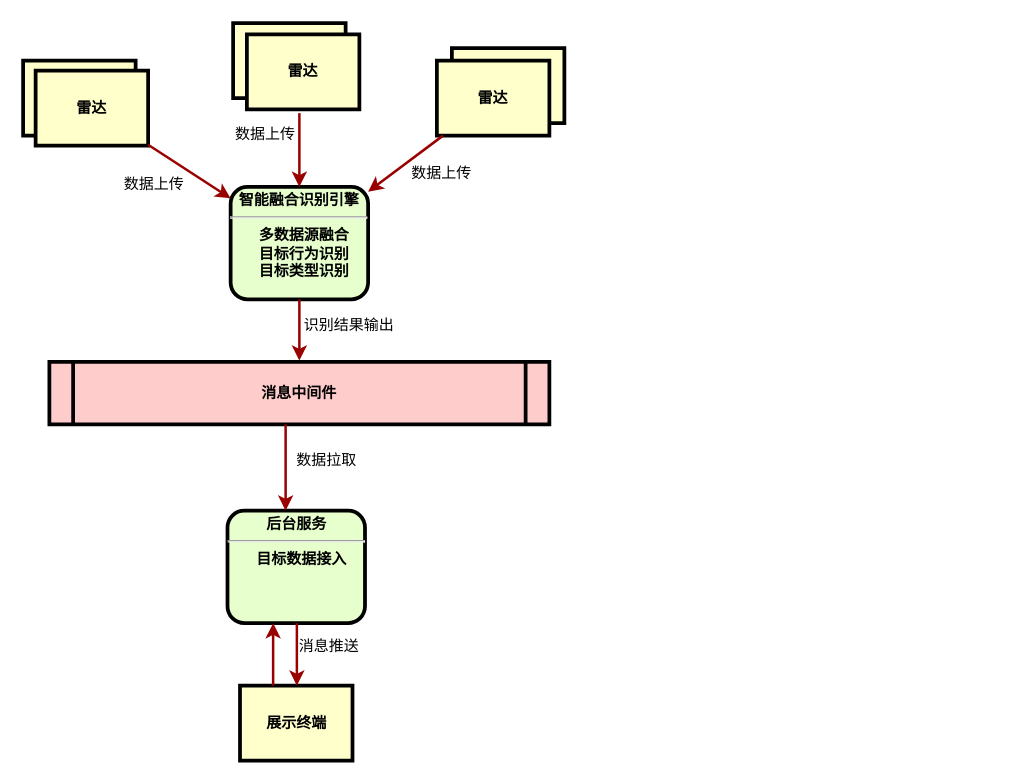
This is 智能识别模块.drawio from singleYU/WPF_Docs, a draw.io file, before an edit. Source tidied: cells renumbered, new cells numbered last; positions are measured from the earlier drawing's top-left corner, leaving out a move shared by most shapes. Both pictures are drawn from the tidied source at 125%, with x=0, y=0 at pixel (22, 22).
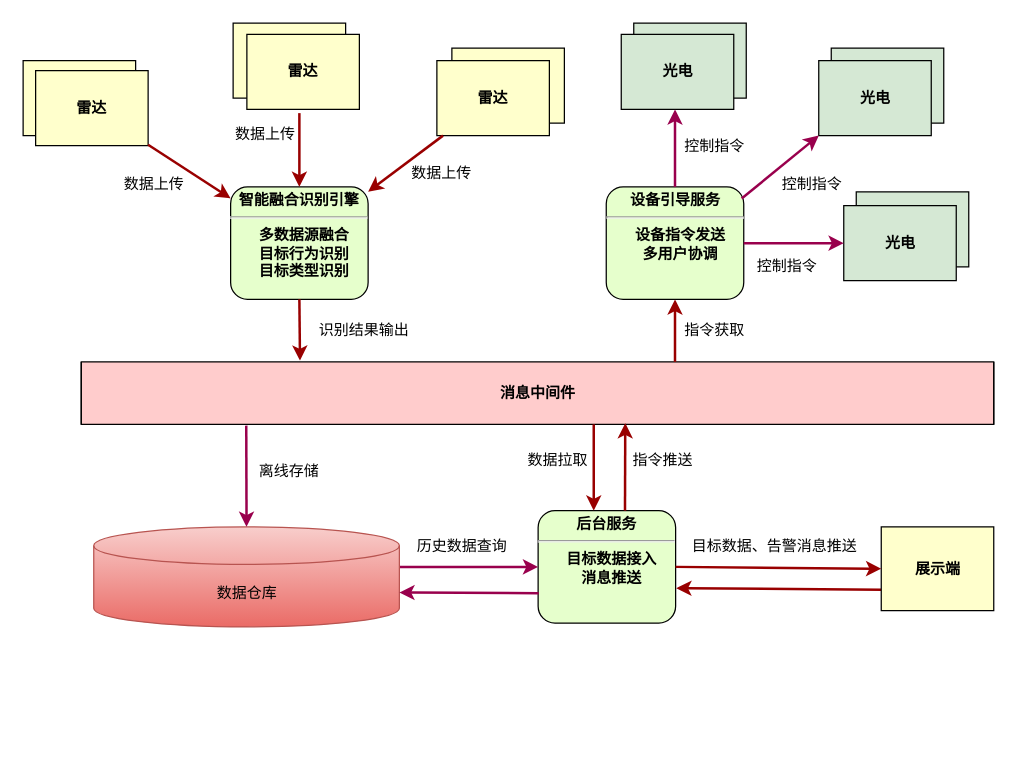
The same diagram, later.

Commit message:
更新智能识别模块.drawio

Diff of the diagram source:
```diff
@@
+    <mxCell id="25" style="whiteSpace=wrap;align=center;verticalAlign=middle;fontStyle=1;strokeWidth=1;fillColor=#d5e8d4;" parent="1" vertex="1">
+      <mxGeometry x="666.5" y="135" width="90" height="60" as="geometry" />
+    </mxCell>
+    <mxCell id="26" style="whiteSpace=wrap;align=center;verticalAlign=middle;fontStyle=1;strokeWidth=1;fillColor=#d5e8d4;" parent="1" vertex="1">
+      <mxGeometry x="646.5" y="20" width="90" height="60" as="geometry" />
+    </mxCell>
+    <mxCell id="27" style="whiteSpace=wrap;align=center;verticalAlign=middle;fontStyle=1;strokeWidth=1;fillColor=#d5e8d4;" parent="1" vertex="1">
+      <mxGeometry x="488.5" width="90" height="60" as="geometry" />
+    </mxCell>
-    <mxCell id="2" style="whiteSpace=wrap;align=center;verticalAlign=middle;fontStyle=1;strokeWidth=3;fillColor=#FFFFCC;" parent="1" vertex="1">
+    <mxCell id="2" style="whiteSpace=wrap;align=center;verticalAlign=middle;fontStyle=1;strokeWidth=1;fillColor=#FFFFCC;" parent="1" vertex="1">
       <mxGeometry y="30" width="90" height="60" as="geometry" />
     </mxCell>
-    <mxCell id="3" style="whiteSpace=wrap;align=center;verticalAlign=middle;fontStyle=1;strokeWidth=3;fillColor=#FFFFCC;" parent="1" vertex="1">
+    <mxCell id="3" style="whiteSpace=wrap;align=center;verticalAlign=middle;fontStyle=1;strokeWidth=1;fillColor=#FFFFCC;" parent="1" vertex="1">
       <mxGeometry x="168" width="90" height="60" as="geometry" />
     </mxCell>
-    <mxCell id="4" style="whiteSpace=wrap;align=center;verticalAlign=middle;fontStyle=1;strokeWidth=3;fillColor=#FFFFCC;" parent="1" vertex="1">
+    <mxCell id="4" style="whiteSpace=wrap;align=center;verticalAlign=middle;fontStyle=1;strokeWidth=1;fillColor=#FFFFCC;" parent="1" vertex="1">
       <mxGeometry x="343" y="20" width="90" height="60" as="geometry" />
     </mxCell>
-    <mxCell id="5" value="&lt;p style=&quot;margin: 4px 0px 0px; text-align: center;&quot;&gt;&lt;strong&gt;智能融合识别引擎&lt;/strong&gt;&lt;/p&gt;&lt;hr&gt;&lt;p style=&quot;margin: 0px ; margin-left: 8px&quot;&gt;&lt;span&gt;多数据源融合&lt;/span&gt;&lt;br&gt;&lt;/p&gt;&lt;p style=&quot;margin: 0px ; margin-left: 8px&quot;&gt;目标行为识别&lt;/p&gt;&lt;p style=&quot;margin: 0px ; margin-left: 8px&quot;&gt;目标类型识别&lt;/p&gt;" style="verticalAlign=middle;align=center;overflow=fill;fontSize=12;fontFamily=Helvetica;html=1;rounded=1;fontStyle=1;strokeWidth=3;fillColor=#E6FFCC;" parent="1" vertex="1">
+    <mxCell id="5" value="&lt;p style=&quot;margin: 4px 0px 0px; text-align: center;&quot;&gt;&lt;strong&gt;智能融合识别引擎&lt;/strong&gt;&lt;/p&gt;&lt;hr&gt;&lt;p style=&quot;margin: 0px ; margin-left: 8px&quot;&gt;&lt;span&gt;多数据源融合&lt;/span&gt;&lt;br&gt;&lt;/p&gt;&lt;p style=&quot;margin: 0px ; margin-left: 8px&quot;&gt;目标行为识别&lt;/p&gt;&lt;p style=&quot;margin: 0px ; margin-left: 8px&quot;&gt;目标类型识别&lt;/p&gt;" style="verticalAlign=middle;align=center;overflow=fill;fontSize=12;fontFamily=Helvetica;html=1;rounded=1;fontStyle=1;strokeWidth=1;fillColor=#E6FFCC;" parent="1" vertex="1">
       <mxGeometry x="166" y="131" width="110" height="90" as="geometry" />
     </mxCell>
-    <mxCell id="6" value="雷达" style="whiteSpace=wrap;align=center;verticalAlign=middle;fontStyle=1;strokeWidth=3;fillColor=#FFFFCC;" parent="1" vertex="1">
+    <mxCell id="6" value="雷达" style="whiteSpace=wrap;align=center;verticalAlign=middle;fontStyle=1;strokeWidth=1;fillColor=#FFFFCC;" parent="1" vertex="1">
       <mxGeometry x="331" y="30" width="90" height="60" as="geometry" />
     </mxCell>
-    <mxCell id="7" value="雷达" style="whiteSpace=wrap;align=center;verticalAlign=middle;fontStyle=1;strokeWidth=3;fillColor=#FFFFCC;" parent="1" vertex="1">
+    <mxCell id="7" value="雷达" style="whiteSpace=wrap;align=center;verticalAlign=middle;fontStyle=1;strokeWidth=1;fillColor=#FFFFCC;" parent="1" vertex="1">
       <mxGeometry x="10" y="38" width="90" height="60" as="geometry" />
     </mxCell>
-    <mxCell id="8" value="消息中间件" style="shape=process;whiteSpace=wrap;align=center;verticalAlign=middle;size=0.0475;fontStyle=1;strokeWidth=3;fillColor=#FFCCCC;" parent="1" vertex="1">
-      <mxGeometry x="21" y="271" width="400" height="50" as="geometry" />
+    <mxCell id="8" value="消息中间件" style="shape=process;whiteSpace=wrap;align=center;verticalAlign=middle;size=0;fontStyle=1;strokeWidth=1;fillColor=#FFCCCC;" parent="1" vertex="1">
+      <mxGeometry x="46.5" y="271" width="730" height="50" as="geometry" />
     </mxCell>
-    <mxCell id="9" value="展示终端" style="whiteSpace=wrap;align=center;verticalAlign=middle;fontStyle=1;strokeWidth=3;fillColor=#FFFFCC;" parent="1" vertex="1">
-      <mxGeometry x="173.5" y="530" width="90" height="60" as="geometry" />
-    </mxCell>
@@
-    <mxCell id="11" style="edgeStyle=none;noEdgeStyle=1;strokeColor=#990000;strokeWidth=2;" parent="1" edge="1" source="7" target="5">
+    <mxCell id="11" style="strokeColor=#990000;strokeWidth=2;" parent="1" edge="1" source="7" target="5">
       <mxGeometry relative="1" as="geometry" />
     </mxCell>
-    <mxCell id="12" value="&lt;p style=&quot;margin: 4px 0px 0px ; text-align: center&quot;&gt;&lt;strong&gt;后台服务&lt;/strong&gt;&lt;/p&gt;&lt;hr&gt;&lt;p style=&quot;margin: 0px ; margin-left: 8px&quot;&gt;目标数据接入&lt;/p&gt;&lt;p style=&quot;margin: 0px ; margin-left: 8px&quot;&gt;&lt;br&gt;&lt;/p&gt;" style="verticalAlign=middle;align=center;overflow=fill;fontSize=12;fontFamily=Helvetica;html=1;rounded=1;fontStyle=1;strokeWidth=3;fillColor=#E6FFCC;" parent="1" vertex="1">
-      <mxGeometry x="163.5" y="390" width="110" height="90" as="geometry" />
+    <mxCell id="12" value="&lt;p style=&quot;margin: 4px 0px 0px ; text-align: center&quot;&gt;&lt;strong&gt;后台服务&lt;/strong&gt;&lt;/p&gt;&lt;hr&gt;&lt;p style=&quot;margin: 0px ; margin-left: 8px&quot;&gt;目标数据接入&lt;/p&gt;&lt;p style=&quot;margin: 0px ; margin-left: 8px&quot;&gt;消息推送&lt;/p&gt;&lt;p style=&quot;margin: 0px ; margin-left: 8px&quot;&gt;&lt;br&gt;&lt;/p&gt;" style="verticalAlign=middle;align=center;overflow=fill;fontSize=12;fontFamily=Helvetica;html=1;rounded=1;fontStyle=1;strokeWidth=1;fillColor=#E6FFCC;" parent="1" vertex="1">
+      <mxGeometry x="412" y="390" width="110" height="90" as="geometry" />
     </mxCell>
@@
-    <mxCell id="14" value="数据上传" style="text;spacingTop=-5;align=center;" parent="1" vertex="1">
+    <mxCell id="14" value="数据上传" style="text;spacingTop=-5;align=center;strokeWidth=1;" parent="1" vertex="1">
       <mxGeometry x="320" y="111" width="30" height="20" as="geometry" />
     </mxCell>
-    <mxCell id="15" value="识别结果输出" style="text;spacingTop=-5;align=center;" parent="1" vertex="1">
-      <mxGeometry x="246" y="233" width="30" height="20" as="geometry" />
+    <mxCell id="15" value="识别结果输出" style="text;spacingTop=-5;align=center;strokeWidth=1;" parent="1" vertex="1">
+      <mxGeometry x="258" y="237" width="30" height="20" as="geometry" />
     </mxCell>
-    <mxCell id="16" style="edgeStyle=elbowEdgeStyle;elbow=horizontal;strokeColor=#990000;strokeWidth=2;" parent="1" edge="1" source="12" target="9">
-      <mxGeometry relative="1" as="geometry" />
-    </mxCell>
-    <mxCell id="17" value="消息推送" style="text;spacingTop=-5;align=center;" parent="1" vertex="1">
-      <mxGeometry x="230" y="490" width="30" height="20" as="geometry" />
-    </mxCell>
-    <mxCell id="18" style="edgeStyle=elbowEdgeStyle;elbow=horizontal;strokeColor=#990000;strokeWidth=2;" parent="1" edge="1" source="8" target="12">
+    <mxCell id="18" style="edgeStyle=elbowEdgeStyle;elbow=horizontal;strokeColor=#990000;strokeWidth=2;" parent="1" edge="1">
       <mxGeometry relative="1" as="geometry">
+        <mxPoint x="456.5" y="321" as="sourcePoint" />
+        <mxPoint x="456.5" y="390" as="targetPoint" />
         <Array as="points">
-          <mxPoint x="210" y="350" />
+          <mxPoint x="456.5" y="350" />
         </Array>
       </mxGeometry>
     </mxCell>
     <mxCell id="19" value="数据拉取" style="text;spacingTop=-5;align=center;" parent="1" vertex="1">
-      <mxGeometry x="228" y="341" width="30" height="20" as="geometry" />
+      <mxGeometry x="413" y="341" width="30" height="20" as="geometry" />
     </mxCell>
-    <mxCell id="20" value="雷达" style="whiteSpace=wrap;align=center;verticalAlign=middle;fontStyle=1;strokeWidth=3;fillColor=#FFFFCC;" parent="1" vertex="1">
+    <mxCell id="20" value="雷达" style="whiteSpace=wrap;align=center;verticalAlign=middle;fontStyle=1;strokeWidth=1;fillColor=#FFFFCC;" parent="1" vertex="1">
       <mxGeometry x="179" y="9" width="90" height="60" as="geometry" />
     </mxCell>
@@
-    <mxCell id="22" value="数据上传" style="text;spacingTop=-5;align=center;" parent="1" vertex="1">
+    <mxCell id="22" value="数据上传" style="text;spacingTop=-5;align=center;strokeWidth=1;" parent="1" vertex="1">
       <mxGeometry x="179" y="80" width="30" height="20" as="geometry" />
     </mxCell>
-    <mxCell id="23" style="edgeStyle=none;noEdgeStyle=1;strokeColor=#990000;strokeWidth=2;exitX=0.5;exitY=1;exitDx=0;exitDy=0;" parent="1" edge="1" source="5">
+    <mxCell id="23" style="strokeColor=#990000;strokeWidth=2;exitX=0.5;exitY=1;exitDx=0;exitDy=0;elbow=vertical;" parent="1" edge="1" source="5">
       <mxGeometry relative="1" as="geometry">
-        <mxPoint x="221" y="270" as="targetPoint" />
+        <mxPoint x="221.5" y="270" as="targetPoint" />
       </mxGeometry>
     </mxCell>
-    <mxCell id="24" style="edgeStyle=elbowEdgeStyle;elbow=horizontal;strokeColor=#990000;strokeWidth=2;" parent="1" edge="1">
+    <mxCell id="24" style="elbow=horizontal;strokeColor=#990000;strokeWidth=2;exitX=0;exitY=0.75;exitDx=0;exitDy=0;" parent="1" edge="1" source="28">
       <mxGeometry relative="1" as="geometry">
-        <mxPoint x="200" y="530" as="sourcePoint" />
-        <mxPoint x="200" y="480" as="targetPoint" />
+        <mxPoint x="522.5" y="452" as="targetPoint" />
       </mxGeometry>
     </mxCell>
+    <mxCell id="28" value="展示端" style="whiteSpace=wrap;align=center;verticalAlign=middle;fontStyle=1;strokeWidth=1;fillColor=#FFFFCC;" parent="1" vertex="1">
+      <mxGeometry x="686.5" y="403" width="90" height="67" as="geometry" />
+    </mxCell>
+    <mxCell id="29" style="elbow=horizontal;strokeColor=#990000;strokeWidth=2;entryX=0;entryY=0.5;entryDx=0;entryDy=0;exitX=1;exitY=0.5;exitDx=0;exitDy=0;" parent="1" edge="1" source="12" target="28">
+      <mxGeometry relative="1" as="geometry" />
+    </mxCell>
+    <mxCell id="30" value="光电" style="whiteSpace=wrap;align=center;verticalAlign=middle;fontStyle=1;strokeWidth=1;fillColor=#d5e8d4;" parent="1" vertex="1">
+      <mxGeometry x="478.5" y="9" width="90" height="60" as="geometry" />
+    </mxCell>
+    <mxCell id="31" value="光电" style="whiteSpace=wrap;align=center;verticalAlign=middle;fontStyle=1;strokeWidth=1;fillColor=#d5e8d4;" parent="1" vertex="1">
+      <mxGeometry x="656.5" y="146" width="90" height="60" as="geometry" />
+    </mxCell>
+    <mxCell id="32" value="&lt;p style=&quot;margin: 4px 0px 0px ; text-align: center&quot;&gt;设备引导服务&lt;/p&gt;&lt;hr&gt;&lt;p style=&quot;margin: 0px ; margin-left: 8px&quot;&gt;设备指令发送&lt;/p&gt;&lt;p style=&quot;margin: 0px ; margin-left: 8px&quot;&gt;多用户协调&lt;/p&gt;" style="verticalAlign=middle;align=center;overflow=fill;fontSize=12;fontFamily=Helvetica;html=1;rounded=1;fontStyle=1;strokeWidth=1;fillColor=#E6FFCC;" parent="1" vertex="1">
+      <mxGeometry x="466.5" y="131" width="110" height="90" as="geometry" />
+    </mxCell>
+    <mxCell id="33" style="elbow=horizontal;strokeColor=#990000;strokeWidth=2;exitX=0.75;exitY=0;exitDx=0;exitDy=0;entryX=0.563;entryY=0.98;entryDx=0;entryDy=0;entryPerimeter=0;" parent="1" edge="1">
+      <mxGeometry relative="1" as="geometry">
+        <mxPoint x="481.5" y="390" as="sourcePoint" />
+        <mxPoint x="481.7" y="320" as="targetPoint" />
+      </mxGeometry>
+    </mxCell>
+    <mxCell id="34" value="指令推送" style="text;spacingTop=-5;align=center;" parent="1" vertex="1">
+      <mxGeometry x="497" y="341" width="30" height="20" as="geometry" />
+    </mxCell>
+    <mxCell id="35" style="edgeStyle=none;noEdgeStyle=1;strokeColor=#990000;strokeWidth=2;entryX=0.5;entryY=1;entryDx=0;entryDy=0;" parent="1" edge="1" target="32">
+      <mxGeometry relative="1" as="geometry">
+        <mxPoint x="521.5" y="271" as="sourcePoint" />
+      </mxGeometry>
+    </mxCell>
+    <mxCell id="36" value="指令获取" style="text;spacingTop=-5;align=center;strokeWidth=1;" parent="1" vertex="1">
+      <mxGeometry x="538.5" y="237" width="30" height="20" as="geometry" />
+    </mxCell>
+    <mxCell id="37" style="endArrow=classic;html=1;strokeColor=#99004D;strokeWidth=2;entryX=0;entryY=0.5;entryDx=0;entryDy=0;exitX=1;exitY=0.5;exitDx=0;exitDy=0;" parent="1" edge="1" source="32" target="31">
+      <mxGeometry relative="1" as="geometry" />
+    </mxCell>
+    <mxCell id="38" style="endArrow=classic;html=1;strokeColor=#99004D;strokeWidth=2;exitX=0.5;exitY=0;exitDx=0;exitDy=0;" parent="1" edge="1" source="32">
+      <mxGeometry relative="1" as="geometry">
+        <mxPoint x="521.5" y="69" as="targetPoint" />
+      </mxGeometry>
+    </mxCell>
+    <mxCell id="39" value="光电" style="whiteSpace=wrap;align=center;verticalAlign=middle;fontStyle=1;strokeWidth=1;fillColor=#d5e8d4;" parent="1" vertex="1">
+      <mxGeometry x="636.5" y="30" width="90" height="60" as="geometry" />
+    </mxCell>
+    <mxCell id="40" style="endArrow=classic;html=1;strokeColor=#99004D;strokeWidth=2;exitX=0.985;exitY=0.104;exitDx=0;exitDy=0;exitPerimeter=0;entryX=0;entryY=1;entryDx=0;entryDy=0;" parent="1" edge="1" source="32" target="39">
+      <mxGeometry relative="1" as="geometry" />
+    </mxCell>
+    <mxCell id="41" value="数据仓库" style="shape=cylinder3;whiteSpace=wrap;html=1;boundedLbl=1;backgroundOutline=1;size=15;strokeColor=#b85450;fillColor=#f8cecc;gradientColor=#ea6b66;" parent="1" vertex="1">
+      <mxGeometry x="56.5" y="403" width="244.5" height="80" as="geometry" />
+    </mxCell>
+    <mxCell id="42" style="endArrow=classic;html=1;strokeColor=#99004D;strokeWidth=2;entryX=0.5;entryY=0;entryDx=0;entryDy=0;entryPerimeter=0;" parent="1" edge="1" target="41">
+      <mxGeometry relative="1" as="geometry">
+        <mxPoint x="178.5" y="322" as="sourcePoint" />
+      </mxGeometry>
+    </mxCell>
+    <mxCell id="43" value="离线存储" style="text;spacingTop=-5;align=center;" parent="1" vertex="1">
+      <mxGeometry x="198" y="350" width="30" height="20" as="geometry" />
+    </mxCell>
+    <mxCell id="44" style="endArrow=classic;html=1;strokeColor=#99004D;strokeWidth=2;entryX=0;entryY=0.5;entryDx=0;entryDy=0;" parent="1" edge="1" target="12">
+      <mxGeometry relative="1" as="geometry">
+        <mxPoint x="301.5" y="435" as="sourcePoint" />
+      </mxGeometry>
+    </mxCell>
+    <mxCell id="45" style="endArrow=classic;html=1;strokeColor=#99004D;strokeWidth=2;entryX=1;entryY=0;entryDx=0;entryDy=52.5;entryPerimeter=0;" parent="1" edge="1" target="41">
+      <mxGeometry relative="1" as="geometry">
+        <mxPoint x="412.5" y="456" as="sourcePoint" />
+      </mxGeometry>
+    </mxCell>
+    <mxCell id="46" value="历史数据查询" style="text;spacingTop=-5;align=center;" parent="1" vertex="1">
+      <mxGeometry x="336.5" y="410" width="30" height="20" as="geometry" />
+    </mxCell>
+    <mxCell id="47" value="目标数据、告警消息推送" style="text;spacingTop=-5;align=center;strokeWidth=1;" parent="1" vertex="1">
+      <mxGeometry x="586.5" y="410" width="30" height="20" as="geometry" />
+    </mxCell>
+    <mxCell id="48" value="控制指令" style="text;spacingTop=-5;align=center;strokeWidth=1;" parent="1" vertex="1">
+      <mxGeometry x="596.5" y="186" width="30" height="20" as="geometry" />
+    </mxCell>
+    <mxCell id="49" value="控制指令" style="text;spacingTop=-5;align=center;strokeWidth=1;" parent="1" vertex="1">
+      <mxGeometry x="616.5" y="120" width="30" height="20" as="geometry" />
+    </mxCell>
+    <mxCell id="50" value="控制指令" style="text;spacingTop=-5;align=center;strokeWidth=1;" parent="1" vertex="1">
+      <mxGeometry x="538.5" y="90" width="30" height="20" as="geometry" />
+    </mxCell>
```
